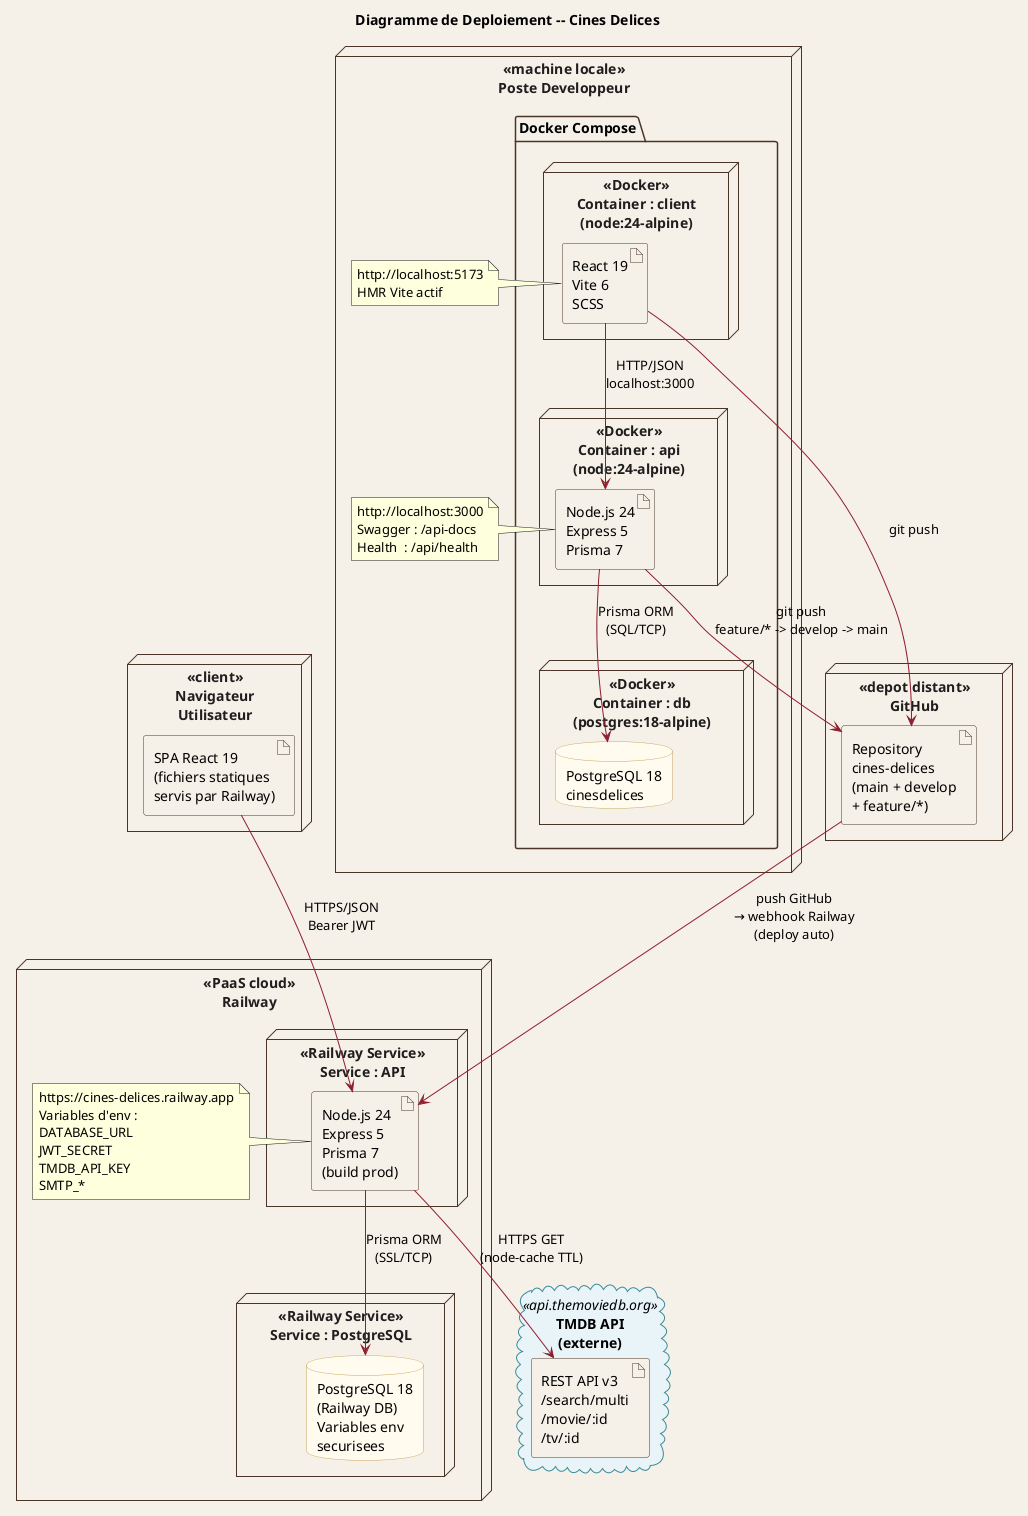
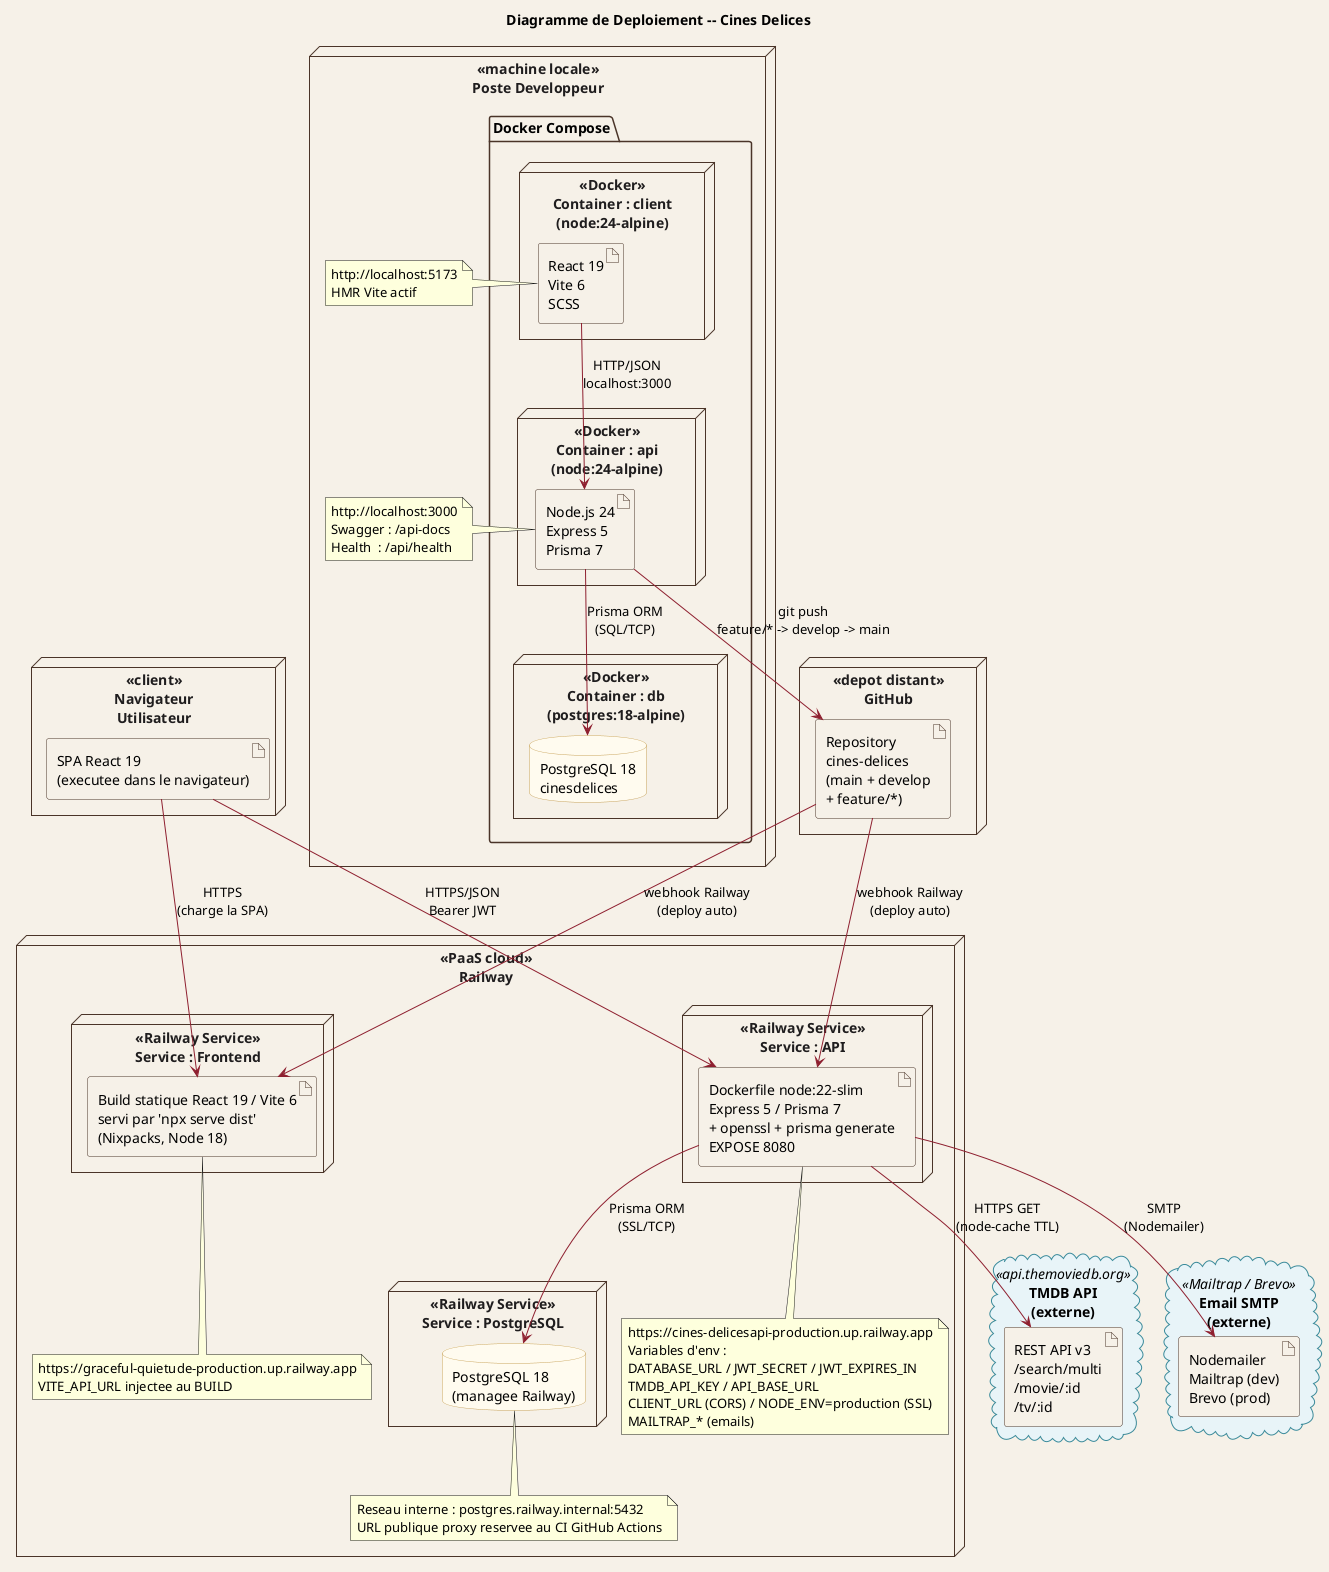
- 
- # ╔══════════════════════════════════════════════════════════╗
- # ║ 10. PlantUML — Diagramme de déploiement                 ║
- # ╚══════════════════════════════════════════════════════════╝
- 
- ---PLANTUML_DEPLOIEMENT---
@startuml Deploiement_CinesDelices

skinparam backgroundColor #F6F1E8
skinparam nodeBackgroundColor #FFFBEF
skinparam nodeBorderColor #C9A45C
skinparam nodeFontColor #1F1D1E
skinparam nodeFontStyle bold
skinparam databaseBackgroundColor #FFFBEF
skinparam databaseBorderColor #C9A45C
skinparam artifactBackgroundColor #F6F1E8
skinparam artifactBorderColor #4A3428
skinparam arrowColor #8E1F2F
skinparam packageBorderColor #4A3428
skinparam packageBackgroundColor #F6F1E8
skinparam cloudBackgroundColor #E8F4F8
skinparam cloudBorderColor #3A8A9A

title Diagramme de Deploiement -- Cines Delices

- ' ── Poste developpeur ─────────────────────────────────────
+ ' ══════════════════════════════════════════════════════════
+ ' DEV LOCAL  (Docker Compose : node:24-alpine + postgres:18)
+ ' ══════════════════════════════════════════════════════════
node "Poste Developpeur" <<machine locale>> {

  package "Docker Compose" {
    node "Container : api\n(node:24-alpine)" <<Docker>> {
      artifact "Node.js 24\nExpress 5\nPrisma 7" as API_ART
    }
- 
    node "Container : client\n(node:24-alpine)" <<Docker>> {
      artifact "React 19\nVite 6\nSCSS" as CLIENT_ART
    }
- 
    node "Container : db\n(postgres:18-alpine)" <<Docker>> {
      database "PostgreSQL 18\ncinesdelices" as DB_LOCAL
    }
  }

  note right of API_ART
    http://localhost:3000
    Swagger : /api-docs
    Health  : /api/health
  end note
- 
  note right of CLIENT_ART
    http://localhost:5173
    HMR Vite actif
  end note
}

- ' ── GitHub ────────────────────────────────────────────────
+ ' ══════════════════════════════════════════════════════════
+ ' GITHUB
+ ' ══════════════════════════════════════════════════════════
node "GitHub" <<depot distant>> {
  artifact "Repository\ncines-delices\n(main + develop\n+ feature/*)" as REPO
}

- ' ── Railway Production ────────────────────────────────────
+ ' ══════════════════════════════════════════════════════════
+ ' RAILWAY PROD  ->  3 SERVICES : Frontend + API + PostgreSQL
+ ' ══════════════════════════════════════════════════════════
node "Railway" <<PaaS cloud>> {

+   ' --- NOUVEAU : le service Frontend manquait ---
+   node "Service : Frontend" <<Railway Service>> {
+     artifact "Build statique React 19 / Vite 6\nservi par 'npx serve dist'\n(Nixpacks, Node 18)" as FRONT_PROD
+   }
+ 
+   ' --- CORRIGE : Node 22 via Dockerfile, plus Node 24 ---
  node "Service : API" <<Railway Service>> {
-     artifact "Node.js 24\nExpress 5\nPrisma 7\n(build prod)" as API_PROD
+     artifact "Dockerfile node:22-slim\nExpress 5 / Prisma 7\n+ openssl + prisma generate\nEXPOSE 8080" as API_PROD
  }

  node "Service : PostgreSQL" <<Railway Service>> {
-     database "PostgreSQL 18\n(Railway DB)\nVariables env\nsecurisees" as DB_PROD
+     database "PostgreSQL 18\n(managee Railway)" as DB_PROD
  }

-   note right of API_PROD
-     https://cines-delices.railway.app
+   note bottom of FRONT_PROD
+     https://graceful-quietude-production.up.railway.app
+     VITE_API_URL injectee au BUILD
+   end note
+   note bottom of API_PROD
+     https://cines-delicesapi-production.up.railway.app
    Variables d'env :
-     DATABASE_URL
-     JWT_SECRET
-     TMDB_API_KEY
-     SMTP_*
+     DATABASE_URL / JWT_SECRET / JWT_EXPIRES_IN
+     TMDB_API_KEY / API_BASE_URL
+     CLIENT_URL (CORS) / NODE_ENV=production (SSL)
+     MAILTRAP_* (emails)
+   end note
+   note bottom of DB_PROD
+     Reseau interne : postgres.railway.internal:5432
+     URL publique proxy reservee au CI GitHub Actions
  end note
}

- ' ── TMDB API externe ──────────────────────────────────────
+ ' ══════════════════════════════════════════════════════════
+ ' SERVICES EXTERNES
+ ' ══════════════════════════════════════════════════════════
cloud "TMDB API\n(externe)" <<api.themoviedb.org>> {
  artifact "REST API v3\n/search/multi\n/movie/:id\n/tv/:id" as TMDB
}
- 
- ' ── Navigateur utilisateur ────────────────────────────────
- node "Navigateur\nUtilisateur" <<client>> {
-   artifact "SPA React 19\n(fichiers statiques\nservis par Railway)" as SPA
+ cloud "Email SMTP\n(externe)" <<Mailtrap / Brevo>> {
+   artifact "Nodemailer\nMailtrap (dev)\nBrevo (prod)" as EMAIL
}

- ' ── Relations developpement ───────────────────────────────
- API_ART    --> DB_LOCAL   : Prisma ORM\n(SQL/TCP)
- CLIENT_ART --> API_ART    : HTTP/JSON\nlocalhost:3000
+ ' ══════════════════════════════════════════════════════════
+ ' NAVIGATEUR
+ ' ══════════════════════════════════════════════════════════
+ node "Navigateur\nUtilisateur" <<client>> {
+   artifact "SPA React 19\n(executee dans le navigateur)" as SPA
+ }

- ' ── CI/CD ─────────────────────────────────────────────────
- REPO --> API_PROD  : push GitHub\n→ webhook Railway\n(deploy auto)
+ ' ── Relations DEV LOCAL ───────────────────────────────────
+ API_ART    --> DB_LOCAL : Prisma ORM\n(SQL/TCP)
+ CLIENT_ART --> API_ART  : HTTP/JSON\nlocalhost:3000

- ' ── Relations production ─────────────────────────────────
- API_PROD --> DB_PROD  : Prisma ORM\n(SSL/TCP)
- API_PROD --> TMDB     : HTTPS GET\n(node-cache TTL)
- SPA      --> API_PROD : HTTPS/JSON\nBearer JWT
+ ' ── DEV -> GitHub ─────────────────────────────────────────
+ API_ART --> REPO : git push\nfeature/* -> develop -> main

- ' ── Dev vers GitHub ──────────────────────────────────────
- API_ART    --> REPO : git push\nfeature/* -> develop -> main
- CLIENT_ART --> REPO : git push
+ ' ── CI/CD : push main -> webhook -> deploy auto ───────────
+ REPO --> FRONT_PROD : webhook Railway\n(deploy auto)
+ REPO --> API_PROD   : webhook Railway\n(deploy auto)
+ 
+ ' ── Relations PRODUCTION ──────────────────────────────────
+ SPA      --> FRONT_PROD : HTTPS\n(charge la SPA)
+ SPA      --> API_PROD   : HTTPS/JSON\nBearer JWT
+ API_PROD --> DB_PROD    : Prisma ORM\n(SSL/TCP)
+ API_PROD --> TMDB       : HTTPS GET\n(node-cache TTL)
+ API_PROD --> EMAIL      : SMTP\n(Nodemailer)

@enduml
